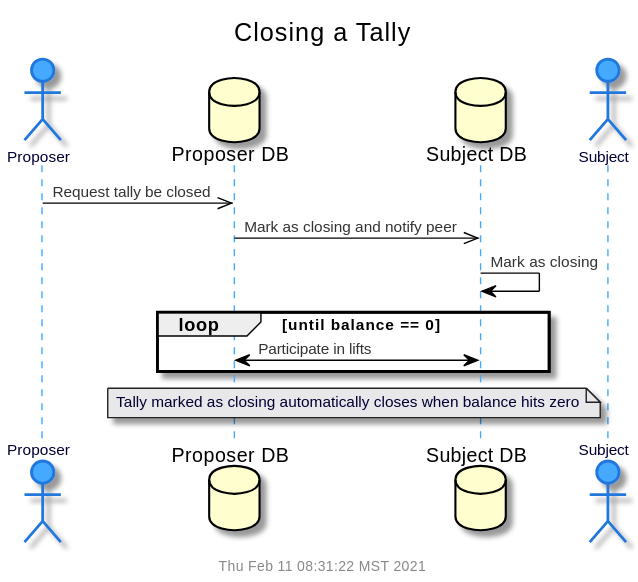
Before: doc/uml/seq-tally-close.svg, a diagram exported from PlantUML (gotchoices/MyCHIPs). Its diagram source:
```plantuml
@startuml
!include common.puml
$title(Closing a Tally)
actor "Proposer" as prop
database "Proposer DB" as propDB
database "Subject DB" as subjDB
actor "Subject" as subj

prop	->>	propDB:		Request tally be closed
propDB	->>	subjDB:		Mark as closing and notify peer
subjDB	->	subjDB:		Mark as closing
loop until balance == 0
 propDB <->	subjDB:		Participate in lifts
end loop

note over propDB, subjDB
  Tally marked as closing automatically closes when balance hits zero
end note

@enduml
```
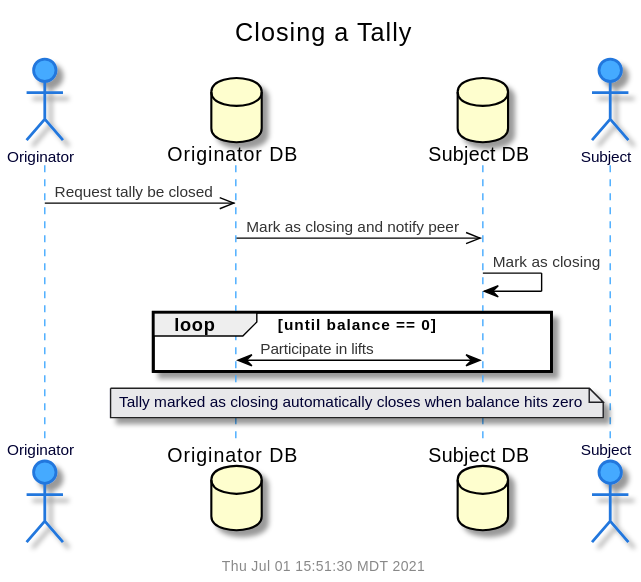
The same diagram one commit later.

The edit, as a diff of the source:
```diff
@@ -1,8 +1,8 @@
 @startuml
 !include common.puml
 $title(Closing a Tally)
-actor "Proposer" as prop
-database "Proposer DB" as propDB
+actor "Originator" as prop
+database "Originator DB" as propDB
 database "Subject DB" as subjDB
 actor "Subject" as subj
 
```
